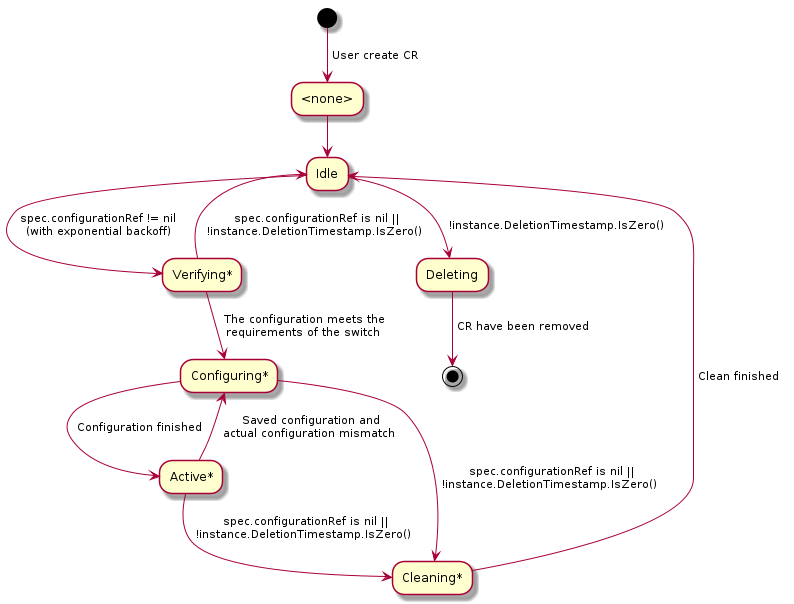
Before: docs/switch/switch-port-state.png, a diagram exported from PlantUML (Hellcatlk/network-operator). Its source is kept beside it as docs/switch/switch-port-state.plantuml.
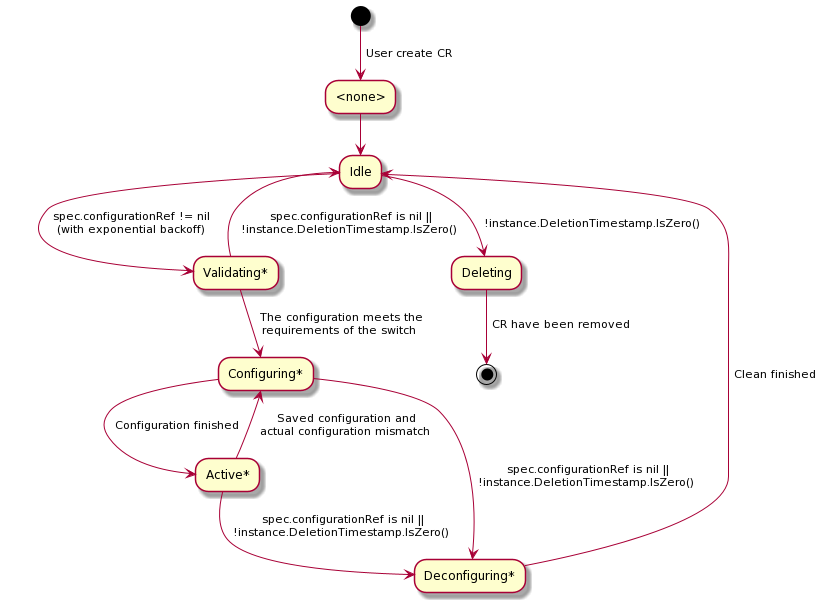
Above is the later version.

The edit, as a diff of the source:
```diff
@@ -12,12 +12,12 @@
 "Validating*" --> [ The configuration meets the\n requirements of the switch ] "Configuring*"
 
 "Configuring*" --> [ Configuration finished ] "Active*"
-"Configuring*" --> [ spec.configurationRef is nil ||\n !instance.DeletionTimestamp.IsZero() ] "Cleaning*"
+"Configuring*" --> [ spec.configurationRef is nil ||\n !instance.DeletionTimestamp.IsZero() ] "Deconfiguring*"
 
 "Active*" --> [ Saved configuration and\n actual configuration mismatch ] "Configuring*"
-"Active*" --> [ spec.configurationRef is nil ||\n !instance.DeletionTimestamp.IsZero() ] "Cleaning*"
+"Active*" --> [ spec.configurationRef is nil ||\n !instance.DeletionTimestamp.IsZero() ] "Deconfiguring*"
 
-"Cleaning*" --> [ Clean finished ] "Idle"
+"Deconfiguring*" --> [ Clean finished ] "Idle"
 
 "Deleting" --> [ CR have been removed ] (*)
 
```
